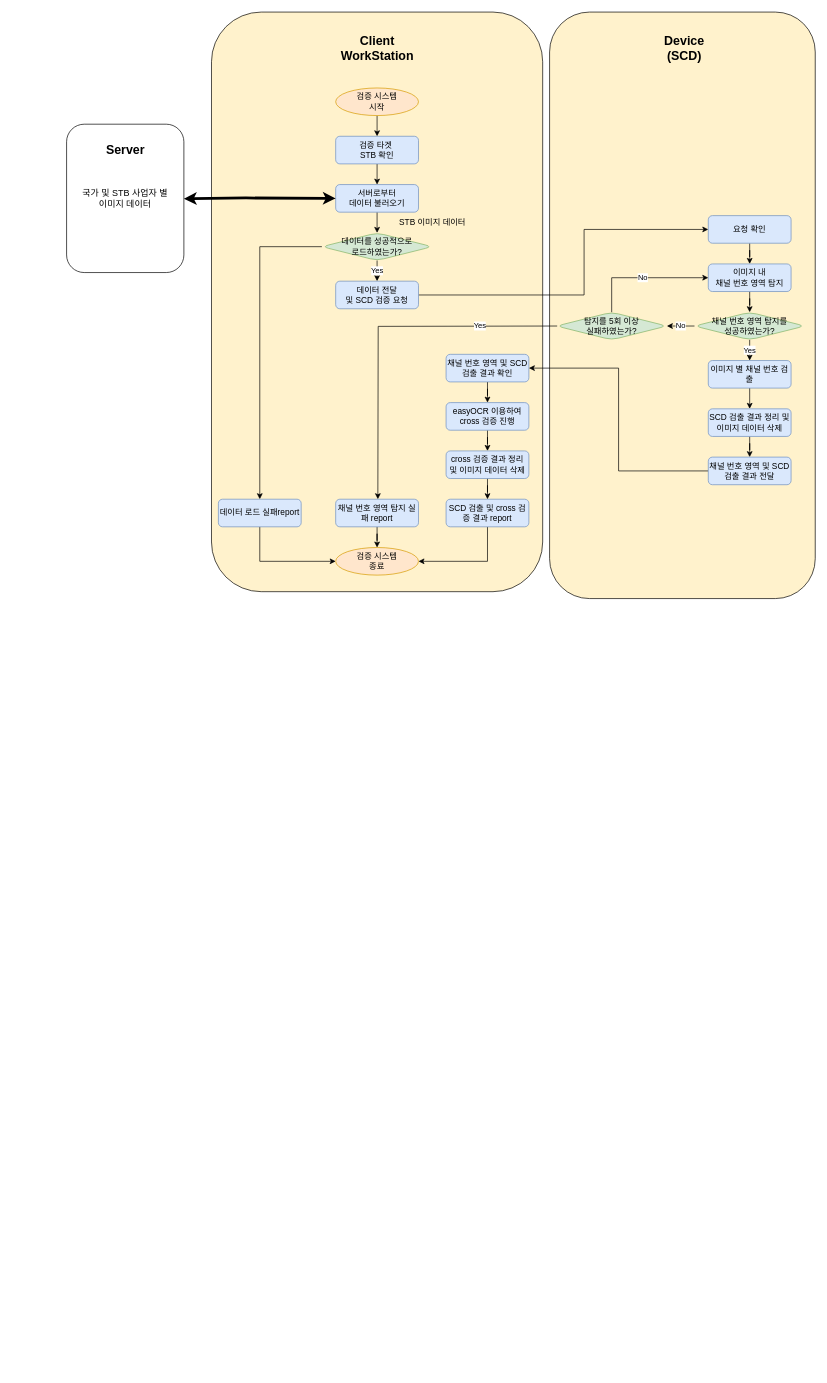
The draw.io diagram flowChart_TAS.drawio in shula2/flow_chart, before the edit. Source tidied: cells renumbered, new cells numbered last; positions are measured from the earlier drawing's top-left corner, leaving out a move shared by most shapes. Both pictures are drawn from the tidied source at 69%, with x=0, y=0 at pixel (66, 12).
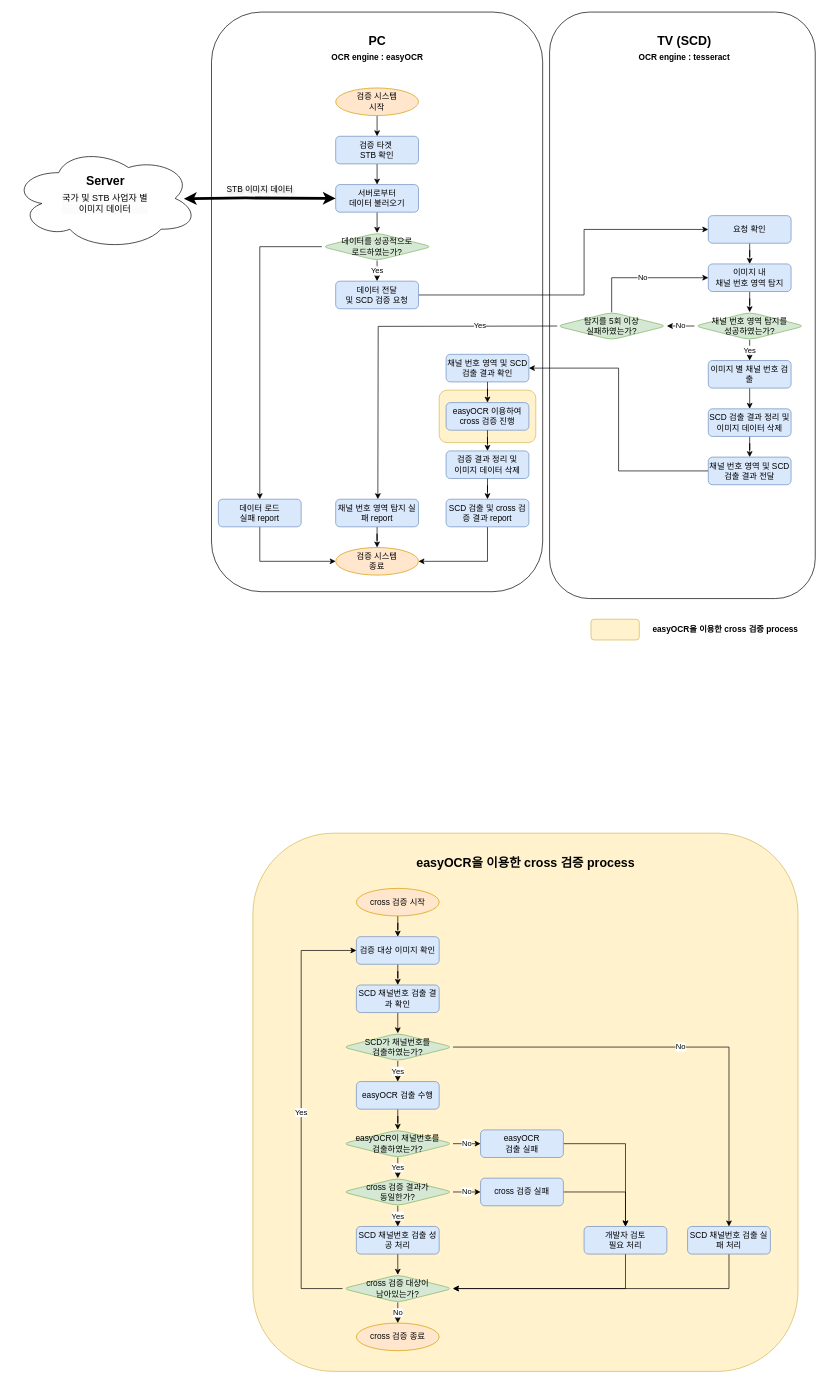
Above is the later version.

The change refers to these unchanged cells:
```xml
<mxCell id="9" value="서버로부터&lt;div&gt;데이터 불러오기&lt;/div&gt;" style="rounded=1;whiteSpace=wrap;html=1;fontSize=12;glass=0;strokeWidth=1;shadow=0;fillColor=#dae8fc;strokeColor=#6c8ebf;" parent="1" vertex="1">
  <mxGeometry x="390" y="250" width="120" height="40" as="geometry" />
</mxCell>
<mxCell id="37" value="채널 번호 영역 및 SCD 검출 결과 확인" style="rounded=1;whiteSpace=wrap;html=1;fontSize=12;glass=0;strokeWidth=1;shadow=0;fillColor=#dae8fc;strokeColor=#6c8ebf;" parent="1" vertex="1">
  <mxGeometry x="550" y="496" width="120" height="40" as="geometry" />
</mxCell>
```

The edit, as a diff of the source:
```diff
@@
+    <mxCell id="50" style="rounded=1;whiteSpace=wrap;html=1;fillColor=#fff2cc;strokeColor=#d6b656;" parent="1" vertex="1">
+      <mxGeometry x="270" y="1190" width="790" height="780" as="geometry" />
+    </mxCell>
-    <mxCell id="2" style="rounded=1;whiteSpace=wrap;html=1;fillColor=#fff2cc;strokeColor=#000000;" parent="1" vertex="1">
+    <mxCell id="2" style="rounded=1;whiteSpace=wrap;html=1;" parent="1" vertex="1">
       <mxGeometry x="700" width="385" height="850" as="geometry" />
     </mxCell>
-    <mxCell id="3" style="rounded=1;whiteSpace=wrap;html=1;fillColor=#fff2cc;strokeColor=#000000;" parent="1" vertex="1">
+    <mxCell id="3" style="rounded=1;whiteSpace=wrap;html=1;" parent="1" vertex="1">
       <mxGeometry x="210" width="480" height="840" as="geometry" />
     </mxCell>
@@
-    <mxCell id="19" value="STB 이미지 데이터" style="text;html=1;align=center;verticalAlign=middle;strokeColor=none;fillColor=none;" parent="1" vertex="1">
-      <mxGeometry x="465" y="290" width="130" height="30" as="geometry" />
+    <mxCell id="19" value="&lt;font style=&quot;color: rgb(0, 0, 0);&quot;&gt;STB 이미지 데이터&lt;/font&gt;" style="text;html=1;align=center;verticalAlign=middle;strokeColor=none;fillColor=none;textShadow=1;fontColor=#3333FF;" parent="1" vertex="1">
+      <mxGeometry x="215" y="242" width="130" height="30" as="geometry" />
     </mxCell>
@@
-    <mxCell id="25" value="데이터 로드 실패report" style="rounded=1;whiteSpace=wrap;html=1;fontSize=12;glass=0;strokeWidth=1;shadow=0;fillColor=#dae8fc;strokeColor=#6c8ebf;" parent="1" vertex="1">
+    <mxCell id="25" value="데이터 로드&lt;div&gt;실패 report&lt;/div&gt;" style="rounded=1;whiteSpace=wrap;html=1;fontSize=12;glass=0;strokeWidth=1;shadow=0;fillColor=#dae8fc;strokeColor=#6c8ebf;" parent="1" vertex="1">
       <mxGeometry x="220" y="706" width="120" height="40" as="geometry" />
     </mxCell>
-    <mxCell id="26" value="Device&lt;div&gt;(SCD)&lt;/div&gt;" style="text;html=1;align=center;verticalAlign=middle;strokeColor=none;fillColor=none;fontSize=18;fontStyle=1;" parent="1" vertex="1">
-      <mxGeometry x="855" y="23" width="80" height="60" as="geometry" />
+    <mxCell id="26" value="TV (&lt;span style=&quot;background-color: transparent; color: light-dark(rgb(0, 0, 0), rgb(255, 255, 255));&quot;&gt;SCD)&lt;/span&gt;&lt;div&gt;&lt;div&gt;&lt;font style=&quot;font-size: 12px;&quot;&gt;OCR engine : tesseract&lt;/font&gt;&lt;/div&gt;&lt;/div&gt;" style="text;html=1;align=center;verticalAlign=middle;strokeColor=none;fillColor=none;fontSize=18;fontStyle=1;" parent="1" vertex="1">
+      <mxGeometry x="820" y="23" width="150" height="60" as="geometry" />
     </mxCell>
@@
-    <mxCell id="36" style="edgeStyle=orthogonalEdgeStyle;rounded=0;jettySize=auto;html=1;exitX=0.5;exitY=1;exitDx=0;exitDy=0;" parent="1" edge="1" source="37" target="39">
-      <mxGeometry relative="1" as="geometry" />
-    </mxCell>
@@
-    <mxCell id="38" style="edgeStyle=orthogonalEdgeStyle;rounded=0;jettySize=auto;html=1;exitX=0.5;exitY=1;exitDx=0;exitDy=0;" parent="1" edge="1" source="39" target="45">
-      <mxGeometry relative="1" as="geometry" />
-    </mxCell>
-    <mxCell id="39" value="easyOCR 이용하여 cross 검증 진행" style="rounded=1;whiteSpace=wrap;html=1;fontSize=12;glass=0;strokeWidth=1;shadow=0;fillColor=#dae8fc;strokeColor=#6c8ebf;" parent="1" vertex="1">
-      <mxGeometry x="550" y="566" width="120" height="40" as="geometry" />
-    </mxCell>
@@
-    <mxCell id="41" value="SCD 검출 및 cross 검증 결과 report" style="rounded=1;whiteSpace=wrap;html=1;fontSize=12;glass=0;strokeWidth=1;shadow=0;fillColor=#dae8fc;strokeColor=#6c8ebf;" parent="1" vertex="1">
+    <mxCell id="41" value="SCD 검출 및&amp;nbsp;&lt;span style=&quot;background-color: transparent; color: light-dark(rgb(0, 0, 0), rgb(255, 255, 255));&quot;&gt;cross 검증 결과 report&lt;/span&gt;" style="rounded=1;whiteSpace=wrap;html=1;fontSize=12;glass=0;strokeWidth=1;shadow=0;fillColor=#dae8fc;strokeColor=#6c8ebf;" parent="1" vertex="1">
       <mxGeometry x="550" y="706" width="120" height="40" as="geometry" />
     </mxCell>
@@
-    <mxCell id="44" style="edgeStyle=orthogonalEdgeStyle;rounded=0;jettySize=auto;html=1;exitX=0.5;exitY=1;exitDx=0;exitDy=0;" parent="1" edge="1" source="45" target="41">
-      <mxGeometry relative="1" as="geometry" />
-    </mxCell>
-    <mxCell id="45" value="cross 검증 결과 정리 및 이미지 데이터 삭제" style="rounded=1;whiteSpace=wrap;html=1;fontSize=12;glass=0;strokeWidth=1;shadow=0;fillColor=#dae8fc;strokeColor=#6c8ebf;" parent="1" vertex="1">
-      <mxGeometry x="550" y="636" width="120" height="40" as="geometry" />
-    </mxCell>
-    <mxCell id="46" value="Client&lt;div&gt;WorkStation&lt;/div&gt;" style="text;html=1;align=center;verticalAlign=middle;strokeColor=none;fillColor=none;fontSize=18;fontStyle=1;" parent="1" vertex="1">
-      <mxGeometry x="390" y="23" width="120" height="60" as="geometry" />
+    <mxCell id="46" value="PC&lt;div&gt;&lt;div&gt;&lt;font style=&quot;font-size: 12px;&quot;&gt;OCR engine : easyOCR&lt;/font&gt;&lt;/div&gt;&lt;/div&gt;" style="text;html=1;align=center;verticalAlign=middle;strokeColor=none;fillColor=none;fontSize=18;fontStyle=1;" parent="1" vertex="1">
+      <mxGeometry x="375" y="23" width="150" height="60" as="geometry" />
     </mxCell>
+    <mxCell id="49" style="endArrow=classic;startArrow=classic;html=1;rounded=0;fontStyle=1;fontSize=15;strokeWidth=4;entryX=0;entryY=0.5;entryDx=0;entryDy=0;" parent="1" edge="1" target="9">
+      <mxGeometry relative="1" as="geometry">
+        <mxPoint x="170" y="270.4" as="sourcePoint" />
+        <Array as="points">
+          <mxPoint x="260" y="269.4" />
+        </Array>
+      </mxGeometry>
+    </mxCell>
+    <mxCell id="51" style="edgeStyle=orthogonalEdgeStyle;rounded=0;jettySize=auto;html=1;exitX=0.5;exitY=1;exitDx=0;exitDy=0;entryX=0.5;entryY=0;entryDx=0;entryDy=0;" parent="1" edge="1" source="52" target="55">
+      <mxGeometry relative="1" as="geometry" />
+    </mxCell>
+    <mxCell id="52" value="SCD 채널번호 검출 결과 확인" style="rounded=1;whiteSpace=wrap;html=1;fontSize=12;glass=0;strokeWidth=1;shadow=0;fillColor=#dae8fc;strokeColor=#6c8ebf;" parent="1" vertex="1">
+      <mxGeometry x="420" y="1410" width="120" height="40" as="geometry" />
+    </mxCell>
+    <mxCell id="53" value="Yes" style="edgeStyle=orthogonalEdgeStyle;rounded=0;jettySize=auto;html=1;exitX=0.5;exitY=1;exitDx=0;exitDy=0;entryX=0.5;entryY=0;entryDx=0;entryDy=0;" parent="1" edge="1" source="55" target="57">
+      <mxGeometry relative="1" as="geometry" />
+    </mxCell>
+    <mxCell id="54" value="No" style="edgeStyle=orthogonalEdgeStyle;rounded=0;jettySize=auto;html=1;exitX=1;exitY=0.5;exitDx=0;exitDy=0;entryX=0.5;entryY=0;entryDx=0;entryDy=0;" parent="1" edge="1" source="55" target="77">
+      <mxGeometry relative="1" as="geometry" />
+    </mxCell>
+    <mxCell id="55" value="SCD가 채널번호를&lt;div&gt;검출하였는가?&lt;/div&gt;" style="rhombus;whiteSpace=wrap;html=1;rounded=1;fillColor=#d5e8d4;strokeColor=#82b366;" parent="1" vertex="1">
+      <mxGeometry x="400" y="1480" width="160" height="40" as="geometry" />
+    </mxCell>
+    <mxCell id="56" style="edgeStyle=orthogonalEdgeStyle;rounded=0;jettySize=auto;html=1;exitX=0.5;exitY=1;exitDx=0;exitDy=0;" parent="1" edge="1" source="57" target="60">
+      <mxGeometry relative="1" as="geometry" />
+    </mxCell>
+    <mxCell id="57" value="&lt;div&gt;&lt;span style=&quot;background-color: transparent; color: light-dark(rgb(0, 0, 0), rgb(255, 255, 255));&quot;&gt;easyOCR 검출 수행&lt;/span&gt;&lt;/div&gt;" style="rounded=1;whiteSpace=wrap;html=1;fontSize=12;glass=0;strokeWidth=1;shadow=0;fillColor=#dae8fc;strokeColor=#6c8ebf;" parent="1" vertex="1">
+      <mxGeometry x="420" y="1550" width="120" height="40" as="geometry" />
+    </mxCell>
+    <mxCell id="58" value="Yes" style="edgeStyle=orthogonalEdgeStyle;rounded=0;jettySize=auto;html=1;exitX=0.5;exitY=1;exitDx=0;exitDy=0;entryX=0.5;entryY=0;entryDx=0;entryDy=0;" parent="1" edge="1" source="60" target="67">
+      <mxGeometry relative="1" as="geometry" />
+    </mxCell>
+    <mxCell id="59" value="No" style="edgeStyle=orthogonalEdgeStyle;rounded=0;jettySize=auto;html=1;exitX=1;exitY=0.5;exitDx=0;exitDy=0;" parent="1" edge="1" source="60" target="75">
+      <mxGeometry relative="1" as="geometry" />
+    </mxCell>
+    <mxCell id="60" value="easyOCR이 채널번호를&lt;div&gt;검출하였는가?&lt;/div&gt;" style="rhombus;whiteSpace=wrap;html=1;rounded=1;fillColor=#d5e8d4;strokeColor=#82b366;" parent="1" vertex="1">
+      <mxGeometry x="400" y="1620" width="160" height="40" as="geometry" />
+    </mxCell>
+    <mxCell id="61" style="edgeStyle=orthogonalEdgeStyle;rounded=0;jettySize=auto;html=1;exitX=0.5;exitY=1;exitDx=0;exitDy=0;" parent="1" edge="1" source="62" target="64">
+      <mxGeometry relative="1" as="geometry" />
+    </mxCell>
+    <mxCell id="62" value="cross 검증 시작" style="ellipse;whiteSpace=wrap;html=1;fillColor=#ffe6cc;strokeColor=#d79b00;" parent="1" vertex="1">
+      <mxGeometry x="420" y="1270" width="120" height="40" as="geometry" />
+    </mxCell>
+    <mxCell id="63" style="edgeStyle=orthogonalEdgeStyle;rounded=0;jettySize=auto;html=1;exitX=0.5;exitY=1;exitDx=0;exitDy=0;" parent="1" edge="1" source="64" target="52">
+      <mxGeometry relative="1" as="geometry" />
+    </mxCell>
+    <mxCell id="64" value="검증 대상 이미지 확인" style="rounded=1;whiteSpace=wrap;html=1;fontSize=12;glass=0;strokeWidth=1;shadow=0;fillColor=#dae8fc;strokeColor=#6c8ebf;" parent="1" vertex="1">
+      <mxGeometry x="420" y="1340" width="120" height="40" as="geometry" />
+    </mxCell>
+    <mxCell id="65" value="Yes" style="edgeStyle=orthogonalEdgeStyle;rounded=0;jettySize=auto;html=1;exitX=0.5;exitY=1;exitDx=0;exitDy=0;entryX=0.5;entryY=0;entryDx=0;entryDy=0;" parent="1" edge="1" source="67" target="69">
+      <mxGeometry relative="1" as="geometry" />
+    </mxCell>
+    <mxCell id="66" value="No" style="edgeStyle=orthogonalEdgeStyle;rounded=0;jettySize=auto;html=1;exitX=1;exitY=0.5;exitDx=0;exitDy=0;" parent="1" edge="1" source="67" target="79">
+      <mxGeometry relative="1" as="geometry" />
+    </mxCell>
+    <mxCell id="67" value="cross 검증 결과가&lt;div&gt;동일한가?&lt;/div&gt;" style="rhombus;whiteSpace=wrap;html=1;rounded=1;fillColor=#d5e8d4;strokeColor=#82b366;" parent="1" vertex="1">
+      <mxGeometry x="400" y="1690" width="160" height="40" as="geometry" />
+    </mxCell>
+    <mxCell id="68" style="edgeStyle=orthogonalEdgeStyle;rounded=0;jettySize=auto;html=1;exitX=0.5;exitY=1;exitDx=0;exitDy=0;entryX=0.5;entryY=0;entryDx=0;entryDy=0;" parent="1" edge="1" source="69" target="72">
+      <mxGeometry relative="1" as="geometry" />
+    </mxCell>
+    <mxCell id="69" value="SCD 채널번호 검출 성공 처리" style="rounded=1;whiteSpace=wrap;html=1;fontSize=12;glass=0;strokeWidth=1;shadow=0;fillColor=#dae8fc;strokeColor=#6c8ebf;" parent="1" vertex="1">
+      <mxGeometry x="420" y="1760" width="120" height="40" as="geometry" />
+    </mxCell>
+    <mxCell id="70" value="No" style="edgeStyle=orthogonalEdgeStyle;rounded=0;jettySize=auto;html=1;exitX=0.5;exitY=1;exitDx=0;exitDy=0;entryX=0.5;entryY=0;entryDx=0;entryDy=0;" parent="1" edge="1" source="72" target="73">
+      <mxGeometry relative="1" as="geometry" />
+    </mxCell>
+    <mxCell id="71" value="Yes" style="edgeStyle=orthogonalEdgeStyle;rounded=0;jettySize=auto;html=1;exitX=0;exitY=0.5;exitDx=0;exitDy=0;entryX=0;entryY=0.5;entryDx=0;entryDy=0;" parent="1" edge="1" source="72" target="64">
+      <mxGeometry relative="1" as="geometry">
+        <Array as="points">
+          <mxPoint x="340" y="1850" />
+          <mxPoint x="340" y="1360" />
+        </Array>
+      </mxGeometry>
+    </mxCell>
+    <mxCell id="72" value="cross 검증 대상이&lt;div&gt;남아있는가?&lt;/div&gt;" style="rhombus;whiteSpace=wrap;html=1;rounded=1;fillColor=#d5e8d4;strokeColor=#82b366;" parent="1" vertex="1">
+      <mxGeometry x="400" y="1830" width="160" height="40" as="geometry" />
+    </mxCell>
+    <mxCell id="73" value="cross 검증 종료" style="ellipse;whiteSpace=wrap;html=1;fillColor=#ffe6cc;strokeColor=#d79b00;" parent="1" vertex="1">
+      <mxGeometry x="420" y="1900" width="120" height="40" as="geometry" />
+    </mxCell>
+    <mxCell id="74" style="edgeStyle=orthogonalEdgeStyle;rounded=0;jettySize=auto;html=1;exitX=1;exitY=0.5;exitDx=0;exitDy=0;" parent="1" edge="1" source="75" target="82">
+      <mxGeometry relative="1" as="geometry" />
+    </mxCell>
+    <mxCell id="75" value="easyOCR&lt;div&gt;검출&amp;nbsp;&lt;span style=&quot;background-color: transparent; color: light-dark(rgb(0, 0, 0), rgb(255, 255, 255));&quot;&gt;실패&lt;/span&gt;&lt;/div&gt;" style="rounded=1;whiteSpace=wrap;html=1;fontSize=12;glass=0;strokeWidth=1;shadow=0;fillColor=#dae8fc;strokeColor=#6c8ebf;" parent="1" vertex="1">
+      <mxGeometry x="600" y="1620" width="120" height="40" as="geometry" />
+    </mxCell>
+    <mxCell id="76" style="edgeStyle=orthogonalEdgeStyle;rounded=0;jettySize=auto;html=1;exitX=0.5;exitY=1;exitDx=0;exitDy=0;entryX=1;entryY=0.5;entryDx=0;entryDy=0;" parent="1" edge="1" source="77" target="72">
+      <mxGeometry relative="1" as="geometry" />
+    </mxCell>
+    <mxCell id="77" value="SCD 채널번호 검출 실패 처리" style="rounded=1;whiteSpace=wrap;html=1;fontSize=12;glass=0;strokeWidth=1;shadow=0;fillColor=#dae8fc;strokeColor=#6c8ebf;" parent="1" vertex="1">
+      <mxGeometry x="900" y="1760" width="120" height="40" as="geometry" />
+    </mxCell>
+    <mxCell id="78" style="edgeStyle=orthogonalEdgeStyle;rounded=0;jettySize=auto;html=1;exitX=1;exitY=0.5;exitDx=0;exitDy=0;entryX=0.5;entryY=0;entryDx=0;entryDy=0;" parent="1" edge="1" source="79" target="82">
+      <mxGeometry relative="1" as="geometry" />
+    </mxCell>
+    <mxCell id="79" value="cross 검증&amp;nbsp;&lt;span style=&quot;background-color: transparent; color: light-dark(rgb(0, 0, 0), rgb(255, 255, 255));&quot;&gt;실패&lt;/span&gt;" style="rounded=1;whiteSpace=wrap;html=1;fontSize=12;glass=0;strokeWidth=1;shadow=0;fillColor=#dae8fc;strokeColor=#6c8ebf;" parent="1" vertex="1">
+      <mxGeometry x="600" y="1690" width="120" height="40" as="geometry" />
+    </mxCell>
+    <mxCell id="80" style="edgeStyle=orthogonalEdgeStyle;rounded=0;jettySize=auto;html=1;exitX=0.5;exitY=1;exitDx=0;exitDy=0;entryX=1;entryY=0.5;entryDx=0;entryDy=0;" parent="1" edge="1" source="82" target="72">
+      <mxGeometry relative="1" as="geometry" />
+    </mxCell>
+    <mxCell id="81" style="rounded=1;whiteSpace=wrap;html=1;fillColor=#fff2cc;strokeColor=#d6b656;" parent="1" vertex="1">
+      <mxGeometry x="540" y="548" width="140" height="76" as="geometry" />
+    </mxCell>
+    <mxCell id="82" value="개발자 검토&lt;div&gt;필요 처리&lt;/div&gt;" style="rounded=1;whiteSpace=wrap;html=1;fontSize=12;glass=0;strokeWidth=1;shadow=0;fillColor=#dae8fc;strokeColor=#6c8ebf;" parent="1" vertex="1">
+      <mxGeometry x="750" y="1760" width="120" height="40" as="geometry" />
+    </mxCell>
-    <mxCell id="47" value="&lt;font&gt;국가 및 STB 사업자 별&lt;/font&gt;&lt;div&gt;&lt;font&gt;이미지 데이터&lt;/font&gt;&lt;/div&gt;" style="rounded=1;whiteSpace=wrap;html=1;fontSize=13;" parent="1" vertex="1">
-      <mxGeometry y="162.5" width="170" height="215" as="geometry" />
+    <mxCell id="47" value="&lt;br&gt;&lt;font style=&quot;forced-color-adjust: none; color: rgb(0, 0, 0); font-family: Helvetica; font-size: 13px; font-style: normal; font-variant-ligatures: normal; font-variant-caps: normal; letter-spacing: normal; orphans: 2; text-indent: 0px; text-transform: none; widows: 2; word-spacing: 0px; -webkit-text-stroke-width: 0px; white-space: normal; background-color: rgb(251, 251, 251); text-decoration-thickness: initial; text-decoration-style: initial; text-decoration-color: initial;&quot;&gt;국가 및 STB 사업자 별&lt;/font&gt;&lt;div style=&quot;forced-color-adjust: none; color: rgb(0, 0, 0); font-family: Helvetica; font-size: 13px; font-style: normal; font-variant-ligatures: normal; font-variant-caps: normal; letter-spacing: normal; orphans: 2; text-indent: 0px; text-transform: none; widows: 2; word-spacing: 0px; -webkit-text-stroke-width: 0px; white-space: normal; background-color: rgb(251, 251, 251); text-decoration-thickness: initial; text-decoration-style: initial; text-decoration-color: initial;&quot;&gt;&lt;font style=&quot;forced-color-adjust: none;&quot;&gt;이미지 데이터&lt;/font&gt;&lt;/div&gt;" style="ellipse;shape=cloud;whiteSpace=wrap;html=1;fontStyle=0;align=center;labelPosition=center;verticalLabelPosition=middle;verticalAlign=middle;" parent="1" vertex="1">
+      <mxGeometry x="-79" y="195.5" width="270" height="149" as="geometry" />
     </mxCell>
     <mxCell id="48" value="Server" style="text;html=1;align=center;verticalAlign=middle;strokeColor=none;fillColor=none;fontSize=18;fontStyle=1;" parent="1" vertex="1">
-      <mxGeometry x="45" y="180" width="80" height="40" as="geometry" />
+      <mxGeometry x="16" y="224.5" width="80" height="40" as="geometry" />
     </mxCell>
-    <mxCell id="49" style="endArrow=classic;startArrow=classic;html=1;rounded=0;fontStyle=1;fontSize=15;strokeWidth=4;entryX=0;entryY=0.5;entryDx=0;entryDy=0;" parent="1" edge="1" target="9">
-      <mxGeometry relative="1" as="geometry">
-        <mxPoint x="170" y="270.4" as="sourcePoint" />
-        <Array as="points">
-          <mxPoint x="260" y="269.4" />
-        </Array>
-      </mxGeometry>
-    </mxCell>
+    <mxCell id="45" value="검증 결과 정리 및&lt;div&gt;이미지 데이터 삭제&lt;/div&gt;" style="rounded=1;whiteSpace=wrap;html=1;fontSize=12;glass=0;strokeWidth=1;shadow=0;fillColor=#dae8fc;strokeColor=#6c8ebf;" parent="1" vertex="1">
+      <mxGeometry x="550" y="636" width="120" height="40" as="geometry" />
+    </mxCell>
+    <mxCell id="44" style="edgeStyle=orthogonalEdgeStyle;rounded=0;jettySize=auto;html=1;exitX=0.5;exitY=1;exitDx=0;exitDy=0;" parent="1" edge="1" source="45" target="41">
+      <mxGeometry relative="1" as="geometry" />
+    </mxCell>
+    <mxCell id="83" value="easyOCR을 이용한 cross 검증 process" style="text;html=1;align=center;verticalAlign=middle;strokeColor=none;fillColor=none;fontSize=18;fontStyle=1;" parent="1" vertex="1">
+      <mxGeometry x="495" y="1213" width="340" height="40" as="geometry" />
+    </mxCell>
+    <mxCell id="39" value="easyOCR 이용하여 cross 검증 진행" style="rounded=1;whiteSpace=wrap;html=1;fontSize=12;glass=0;strokeWidth=1;shadow=0;fillColor=#dae8fc;strokeColor=#6c8ebf;" parent="1" vertex="1">
+      <mxGeometry x="550" y="566" width="120" height="40" as="geometry" />
+    </mxCell>
+    <mxCell id="36" style="edgeStyle=orthogonalEdgeStyle;rounded=0;jettySize=auto;html=1;exitX=0.5;exitY=1;exitDx=0;exitDy=0;" parent="1" edge="1" source="37" target="39">
+      <mxGeometry relative="1" as="geometry" />
+    </mxCell>
+    <mxCell id="38" style="edgeStyle=orthogonalEdgeStyle;rounded=0;jettySize=auto;html=1;exitX=0.5;exitY=1;exitDx=0;exitDy=0;" parent="1" edge="1" source="39" target="45">
+      <mxGeometry relative="1" as="geometry" />
+    </mxCell>
+    <mxCell id="84" value="&lt;span style=&quot;font-weight: 700; text-wrap-mode: nowrap;&quot;&gt;&lt;font&gt;easyOCR을 이용한 cross 검증 process&lt;/font&gt;&lt;/span&gt;" style="text;html=1;align=center;verticalAlign=middle;whiteSpace=wrap;rounded=0;" parent="1" vertex="1">
+      <mxGeometry x="825" y="880" width="260" height="30" as="geometry" />
+    </mxCell>
+    <mxCell id="85" style="rounded=1;whiteSpace=wrap;html=1;fillColor=#fff2cc;strokeColor=#d6b656;" parent="1" vertex="1">
+      <mxGeometry x="760" y="880" width="70" height="30" as="geometry" />
+    </mxCell>
```
